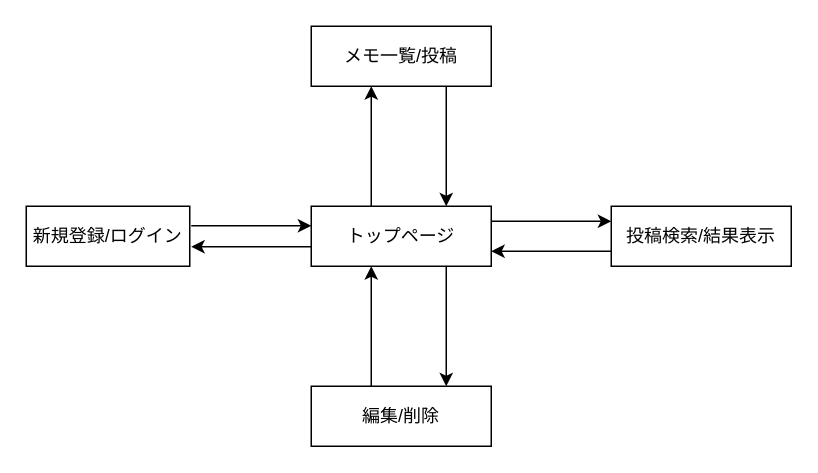
Before: page.dio in I-Kouta/easy-memo, a draw.io diagram. Source tidied: cells renumbered, new cells numbered last; positions are measured from the earlier drawing's top-left corner, leaving out a move shared by most shapes. Both pictures are drawn from the tidied source at 150%, with x=0, y=0 at pixel (26, 26).
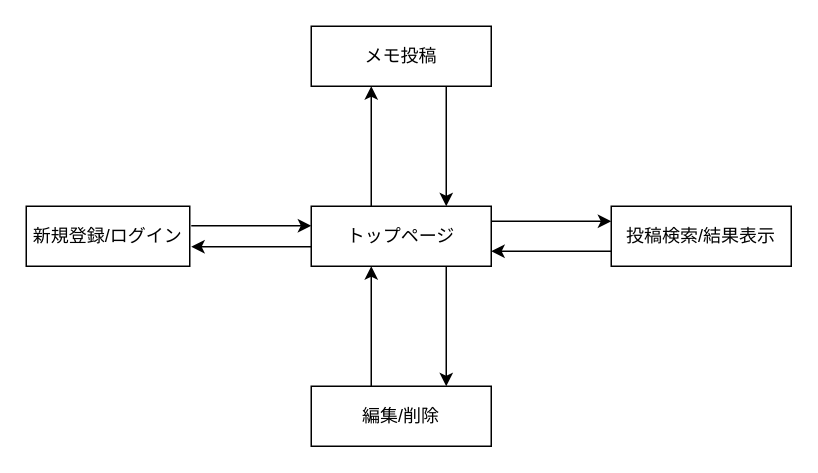
After the change.

Change to the diagram source:
```diff
@@
-    <mxCell id="5" value="メモ一覧/投稿" style="rounded=0;whiteSpace=wrap;html=1;" parent="1" vertex="1">
+    <mxCell id="5" value="メモ投稿" style="rounded=0;whiteSpace=wrap;html=1;" parent="1" vertex="1">
       <mxGeometry x="190" width="120" height="40" as="geometry" />
     </mxCell>
```
